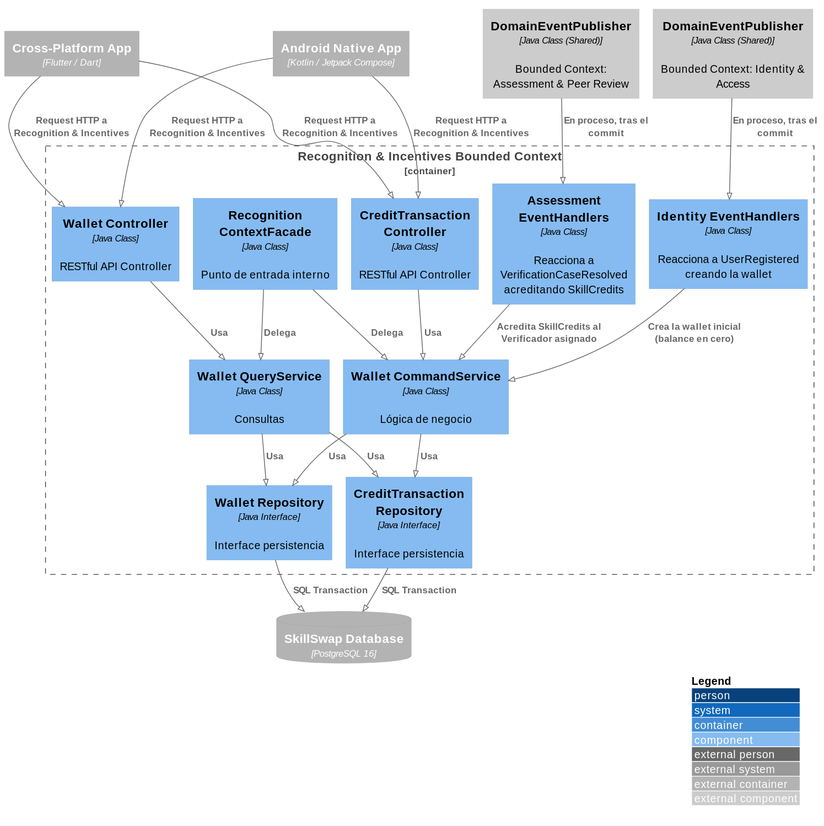
Before: images-doc/WalletIncentivesComponent.svg, a diagram exported from PlantUML (Aplicaciones-Dispositivos-Moviles/SkillSwap-ProjectReport).
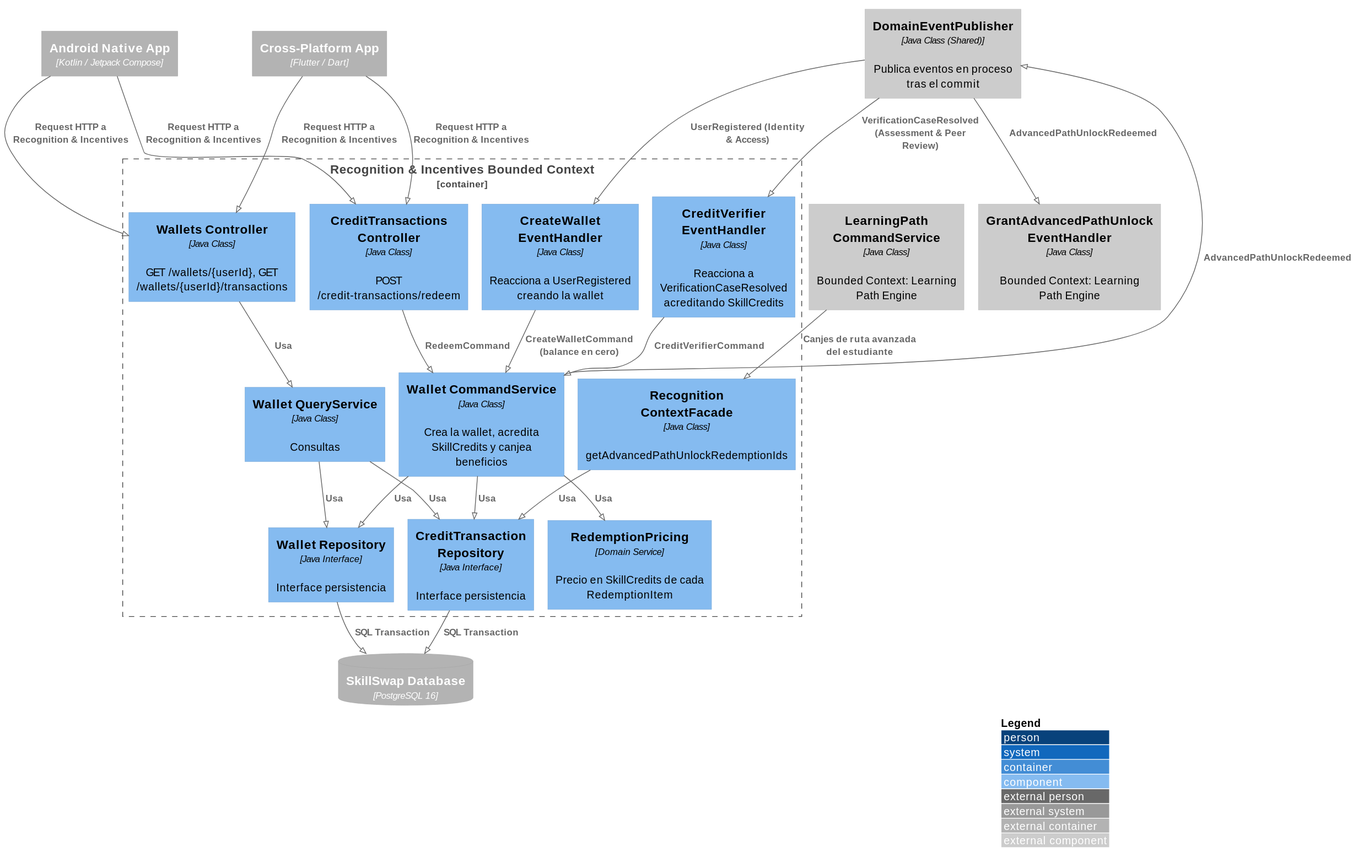
The same file after the commit.

Change to the diagram source:
```diff
@@ -9,19 +9,21 @@
 ContainerDb_Ext(mainDB, "SkillSwap Database", "PostgreSQL 16")
 
 Container_Boundary(recognitionBC, "Recognition & Incentives Bounded Context") {
-    Component(walletController, "Wallet Controller", "Java Class", "RESTful API Controller")
-    Component(creditTransactionController, "CreditTransaction Controller", "Java Class", "RESTful API Controller")
-    Component(walletCommandService, "Wallet CommandService", "Java Class", "Lógica de negocio")
+    Component(walletController, "Wallets Controller", "Java Class", "GET /wallets/{userId}, GET /wallets/{userId}/transactions")
+    Component(creditTransactionController, "CreditTransactions Controller", "Java Class", "POST /credit-transactions/redeem")
+    Component(walletCommandService, "Wallet CommandService", "Java Class", "Crea la wallet, acredita SkillCredits y canjea beneficios")
     Component(walletQueryService, "Wallet QueryService", "Java Class", "Consultas")
-    Component(identityEventHandlers, "Identity EventHandlers", "Java Class", "Reacciona a UserRegistered creando la wallet")
-    Component(assessmentEventHandlers, "Assessment EventHandlers", "Java Class", "Reacciona a VerificationCaseResolved acreditando SkillCredits")
+    Component(redemptionPricing, "RedemptionPricing", "Domain Service", "Precio en SkillCredits de cada RedemptionItem")
+    Component(createWalletHandler, "CreateWallet EventHandler", "Java Class", "Reacciona a UserRegistered creando la wallet")
+    Component(creditVerifierHandler, "CreditVerifier EventHandler", "Java Class", "Reacciona a VerificationCaseResolved acreditando SkillCredits")
     Component(walletRepository, "Wallet Repository", "Java Interface", "Interface persistencia")
     Component(creditTransactionRepository, "CreditTransaction Repository", "Java Interface", "Interface persistencia")
-    Component(recognitionContextFacade, "Recognition ContextFacade", "Java Class", "Punto de entrada interno")
+    Component(recognitionContextFacade, "Recognition ContextFacade", "Java Class", "getAdvancedPathUnlockRedemptionIds")
 }
 
-Component_Ext(identityDomainEventPublisher, "DomainEventPublisher", "Java Class (Shared)", "Bounded Context: Identity & Access")
-Component_Ext(assessmentDomainEventPublisher, "DomainEventPublisher", "Java Class (Shared)", "Bounded Context: Assessment & Peer Review")
+Component_Ext(domainEventPublisher, "DomainEventPublisher", "Java Class (Shared)", "Publica eventos en proceso tras el commit")
+Component_Ext(grantUnlockHandler, "GrantAdvancedPathUnlock EventHandler", "Java Class", "Bounded Context: Learning Path Engine")
+Component_Ext(pathEngineCommandService, "LearningPath CommandService", "Java Class", "Bounded Context: Learning Path Engine")
 
 Rel(androidApp, walletController, "Request HTTP a Recognition & Incentives")
 Rel(flutterApp, walletController, "Request HTTP a Recognition & Incentives")
@@ -29,8 +31,9 @@
 Rel(flutterApp, creditTransactionController, "Request HTTP a Recognition & Incentives")
 
 Rel(walletController, walletQueryService, "Usa")
-Rel(creditTransactionController, walletCommandService, "Usa")
+Rel(creditTransactionController, walletCommandService, "RedeemCommand")
 
+Rel(walletCommandService, redemptionPricing, "Usa")
 Rel(walletCommandService, walletRepository, "Usa")
 Rel(walletCommandService, creditTransactionRepository, "Usa")
 Rel(walletQueryService, walletRepository, "Usa")
@@ -38,12 +41,14 @@
 Rel(walletRepository, mainDB, "SQL Transaction")
 Rel(creditTransactionRepository, mainDB, "SQL Transaction")
 
-Rel(identityDomainEventPublisher, identityEventHandlers, "En proceso, tras el commit")
-Rel(identityEventHandlers, walletCommandService, "Crea la wallet inicial (balance en cero)")
+Rel(domainEventPublisher, createWalletHandler, "UserRegistered (Identity & Access)")
+Rel(createWalletHandler, walletCommandService, "CreateWalletCommand (balance en cero)")
+Rel(domainEventPublisher, creditVerifierHandler, "VerificationCaseResolved (Assessment & Peer Review)")
+Rel(creditVerifierHandler, walletCommandService, "CreditVerifierCommand")
 
-Rel(assessmentDomainEventPublisher, assessmentEventHandlers, "En proceso, tras el commit")
-Rel(assessmentEventHandlers, walletCommandService, "Acredita SkillCredits al Verificador asignado")
+Rel(walletCommandService, domainEventPublisher, "AdvancedPathUnlockRedeemed")
+Rel(domainEventPublisher, grantUnlockHandler, "AdvancedPathUnlockRedeemed")
 
-Rel(recognitionContextFacade, walletCommandService, "Delega")
-Rel(recognitionContextFacade, walletQueryService, "Delega")
+Rel(recognitionContextFacade, creditTransactionRepository, "Usa")
+Rel(pathEngineCommandService, recognitionContextFacade, "Canjes de ruta avanzada del estudiante")
 @enduml
```
